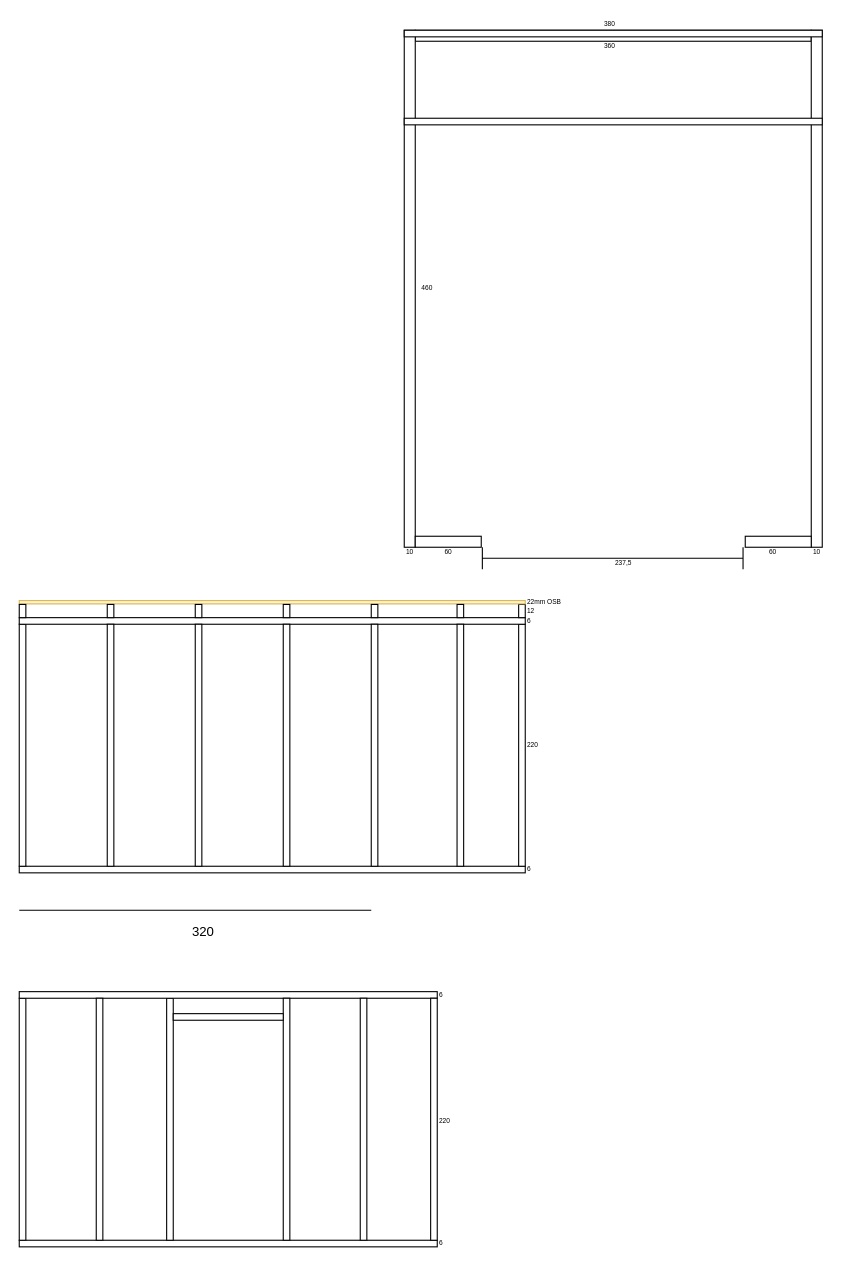
joschinger-github/garage keeps this draw.io diagram as Garage_01.drawio. Above is the earlier version. Source tidied: cells renumbered, new cells numbered last; positions are measured from the earlier drawing's top-left corner, leaving out a move shared by most shapes. Both pictures are drawn from the tidied source at 110%, with x=0, y=0 at pixel (19, 19).
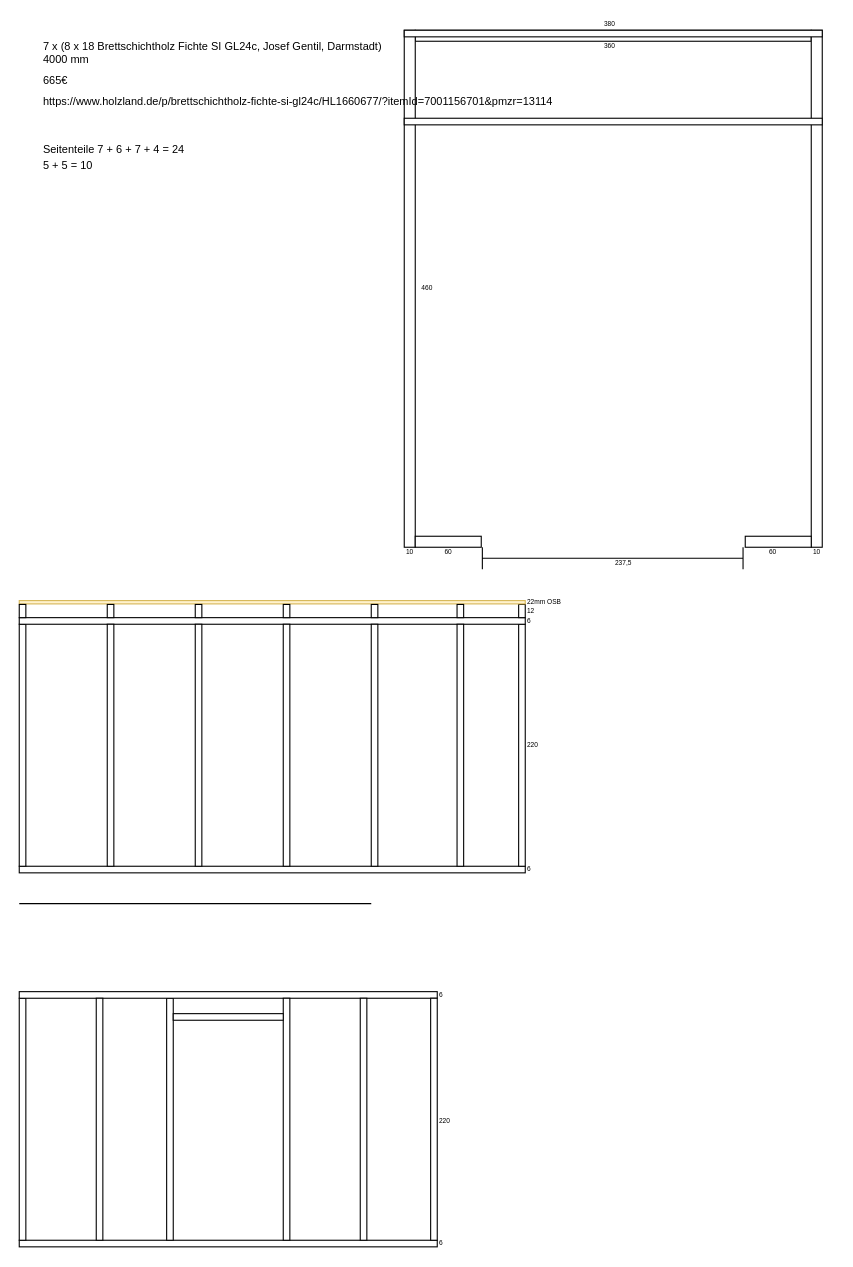
The same diagram, later.

The edit, as a diff of the source:
```diff
@@
     <mxCell id="13" style="endArrow=none;html=1;rounded=0;" parent="1" edge="1">
       <mxGeometry relative="1" as="geometry">
-        <mxPoint y="810" as="sourcePoint" />
-        <mxPoint x="320" y="810" as="targetPoint" />
+        <mxPoint y="804" as="sourcePoint" />
+        <mxPoint x="320" y="804" as="targetPoint" />
       </mxGeometry>
     </mxCell>
@@
-    <mxCell id="24" value="320" style="text;html=1;align=center;verticalAlign=middle;strokeColor=none;fillColor=none;" parent="1" vertex="1">
-      <mxGeometry x="147" y="820" width="40" height="20" as="geometry" />
+    <mxCell id="24" value="&lt;font style=&quot;font-size: 10px&quot;&gt;Seitenteile 7 + 6 + 7 + 4 = 24&lt;br&gt;5 + 5 = 10&lt;/font&gt;" style="text;html=1;align=left;verticalAlign=middle;strokeColor=none;fillColor=none;" parent="1" vertex="1">
+      <mxGeometry x="20" y="110" width="140" height="30" as="geometry" />
     </mxCell>
@@
+    <mxCell id="54" value="&lt;font&gt;&lt;span style=&quot;font-size: 10px&quot;&gt;7 x (8 x 18&amp;nbsp;Brettschichtholz Fichte SI GL24c,&amp;nbsp;Josef Gentil, Darmstadt)&lt;/span&gt;&lt;br&gt;&lt;span style=&quot;font-size: 10px&quot;&gt;4000 mm&lt;/span&gt;&lt;br&gt;&lt;br&gt;&lt;span style=&quot;font-size: 10px&quot;&gt;665€&lt;/span&gt;&lt;br&gt;&lt;br&gt;&lt;span style=&quot;font-size: 10px&quot;&gt;https://www.holzland.de/p/brettschichtholz-fichte-si-gl24c/HL1660677/?itemId=7001156701&amp;amp;pmzr=13114&lt;/span&gt;&lt;br&gt;&lt;/font&gt;" style="text;html=1;align=left;verticalAlign=top;strokeColor=none;fillColor=none;fontSize=6;" parent="1" vertex="1">
+      <mxGeometry x="20" y="12" width="480" height="50" as="geometry" />
+    </mxCell>
```
